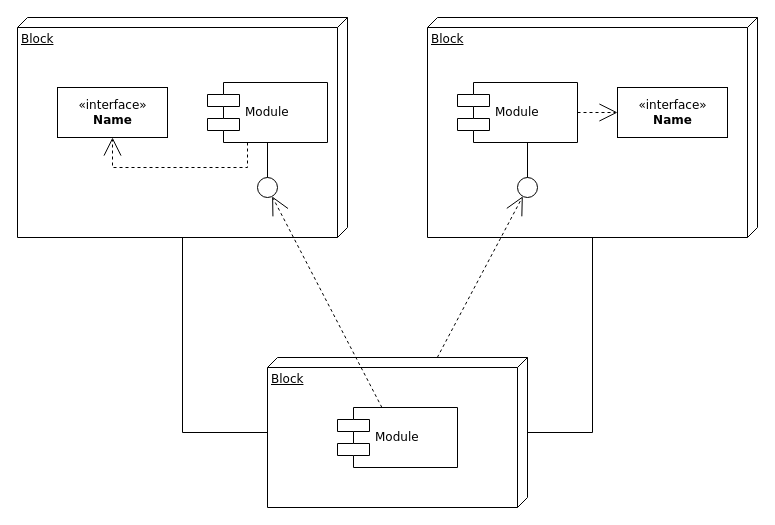
Earlier version of the draw.io diagram Untitled Diagram.drawio (pmarangon/Grupo-1-PI--Sa-de-e-Bem-Estar). Source tidied: cells renumbered, new cells numbered last; positions are measured from the earlier drawing's top-left corner, leaving out a move shared by most shapes. Both pictures are drawn from the tidied source at 100%, with x=0, y=0 at pixel (17, 17).
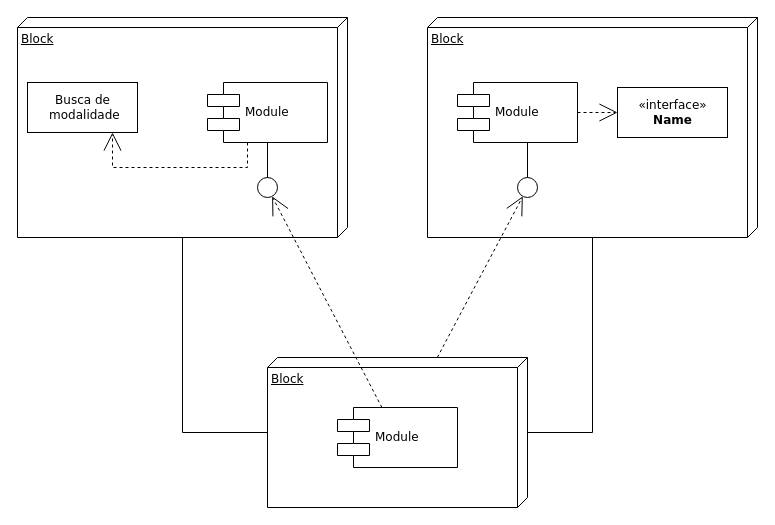
After the change.

Commit message:
Casos de Uso

What changed in the source:
```diff
@@
-    <mxCell id="5" value="&amp;laquo;interface&amp;raquo;&lt;br&gt;&lt;b&gt;Name&lt;/b&gt;" style="html=1;rounded=0;shadow=0;comic=0;labelBackgroundColor=none;strokeWidth=1;fontFamily=Verdana;fontSize=12;align=center;" parent="1" vertex="1">
-      <mxGeometry x="40" y="70" width="110" height="50" as="geometry" />
+    <mxCell id="5" value="Busca de&lt;br&gt;&amp;nbsp;modalidade" style="html=1;rounded=0;shadow=0;comic=0;labelBackgroundColor=none;strokeWidth=1;fontFamily=Verdana;fontSize=12;align=center;" parent="1" vertex="1">
+      <mxGeometry x="10" y="65" width="110" height="50" as="geometry" />
     </mxCell>
```
